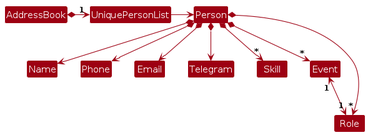
This is diagrams/BetterModelClassDiagram.png from AY2526S1-CS2103T-F13-2/tp, a PlantUML export, as it was before one commit. Its source is kept beside it as diagrams/BetterModelClassDiagram.puml.
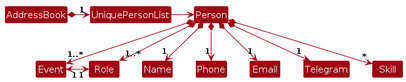
Above is the later version.

Diff of the diagram source:
```diff
@@ -8,12 +8,12 @@
 
 UniquePersonList -right-> Person
 
-Person *--> Name
-Person *--> Phone
-Person *--> Email
-Person *--> Telegram
+Person *--> "1" Name
+Person *--> "1" Phone
+Person *--> "1" Email
+Person *--> "1" Telegram
 Person *--> "*" Skill
-Person *--> "*" Event
-Person *--> "*" Role
-Event "1" <--> "1" Role
+Person *--> "1..*" Event
+Person *--> "1..*" Role
+Event "1" <-right-> "1" Role
 @enduml
```
